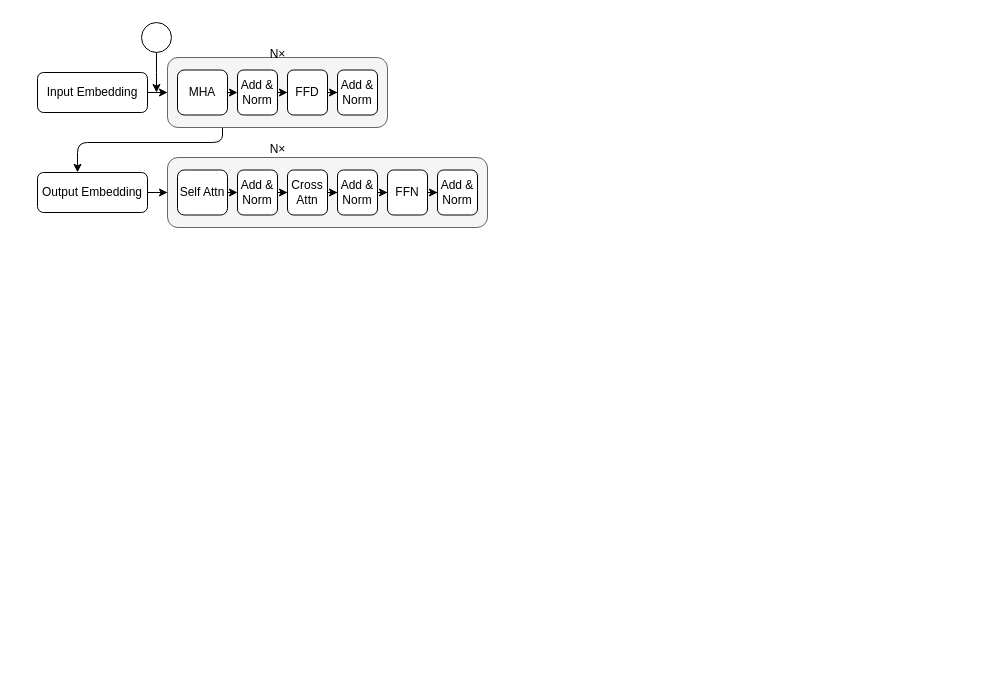
Before: graphs/Untitled Diagram.drawio in shaoxiongduan/AttentionBiasCalibration, a draw.io diagram. Source tidied: cells renumbered, new cells numbered last; positions are measured from the earlier drawing's top-left corner, leaving out a move shared by most shapes. Both pictures are drawn from the tidied source at 100%, with x=0, y=0 at pixel (37, 22).
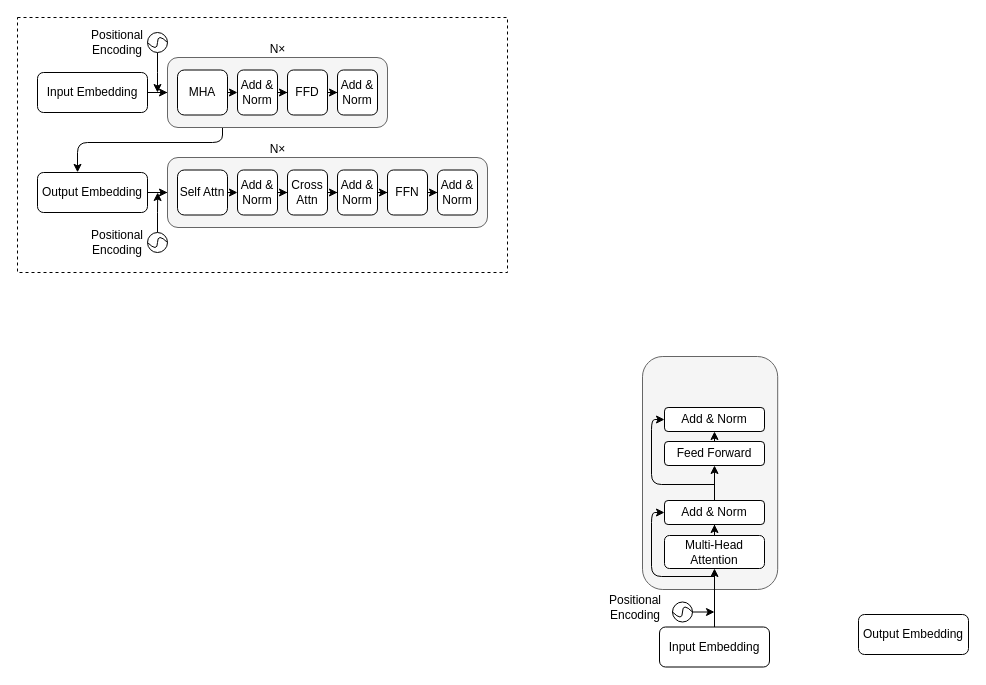
The same diagram, later.

What changed in the source:
```diff
@@
+    <mxCell id="31" style="rounded=1;whiteSpace=wrap;html=1;align=center;fillColor=#f5f5f5;fontColor=#333333;strokeColor=#666666;" parent="1" vertex="1">
+      <mxGeometry x="605" y="334" width="135.2" height="233" as="geometry" />
+    </mxCell>
+    <mxCell id="32" style="rounded=0;whiteSpace=wrap;html=1;dashed=1;glass=0;" parent="1" vertex="1">
+      <mxGeometry x="-20" y="-5" width="490" height="255" as="geometry" />
+    </mxCell>
@@
     <mxCell id="15" value="N×" style="text;html=1;align=center;verticalAlign=middle;strokeColor=none;fillColor=none;" parent="1" vertex="1">
-      <mxGeometry x="220" y="17" width="40" height="30" as="geometry" />
+      <mxGeometry x="220" y="12" width="40" height="30" as="geometry" />
     </mxCell>
@@
     <mxCell id="29" style="edgeStyle=orthogonalEdgeStyle;rounded=0;jettySize=auto;html=1;" parent="1" edge="1" source="30">
       <mxGeometry relative="1" as="geometry">
-        <mxPoint x="119" y="70" as="targetPoint" />
+        <mxPoint x="120" y="70" as="targetPoint" />
       </mxGeometry>
     </mxCell>
+    <mxCell id="33" style="group;" parent="1" vertex="1">
+      <mxGeometry x="110" y="10" width="20" height="20" as="geometry" />
+    </mxCell>
-    <mxCell id="30" style="ellipse;whiteSpace=wrap;html=1;" parent="1" vertex="1">
-      <mxGeometry x="104" width="30" height="30" as="geometry" />
+    <mxCell id="30" style="ellipse;whiteSpace=wrap;html=1;" parent="33" vertex="1">
+      <mxGeometry width="20" height="20" as="geometry" />
     </mxCell>
+    <mxCell id="34" style="curved=1;endArrow=none;html=1;rounded=0;exitX=0;exitY=0.5;exitDx=0;exitDy=0;entryX=1;entryY=0.5;entryDx=0;entryDy=0;endFill=0;" parent="33" edge="1" source="30" target="30">
+      <mxGeometry relative="1" as="geometry">
+        <Array as="points">
+          <mxPoint x="10" y="20" />
+          <mxPoint x="10" />
+        </Array>
+      </mxGeometry>
+    </mxCell>
+    <mxCell id="35" value="Positional Encoding" style="text;html=1;strokeColor=none;fillColor=none;align=center;verticalAlign=middle;whiteSpace=wrap;rounded=0;" parent="1" vertex="1">
+      <mxGeometry x="40" y="5" width="80" height="30" as="geometry" />
+    </mxCell>
+    <mxCell id="36" style="group;" parent="1" vertex="1">
+      <mxGeometry x="110" y="210" width="20" height="20" as="geometry" />
+    </mxCell>
+    <mxCell id="37" style="edgeStyle=orthogonalEdgeStyle;rounded=0;jettySize=auto;html=1;exitX=0.5;exitY=0;exitDx=0;exitDy=0;" parent="36" edge="1" source="38">
+      <mxGeometry relative="1" as="geometry">
+        <mxPoint x="10.2" y="-40" as="targetPoint" />
+      </mxGeometry>
+    </mxCell>
+    <mxCell id="38" style="ellipse;whiteSpace=wrap;html=1;" parent="36" vertex="1">
+      <mxGeometry width="20" height="20" as="geometry" />
+    </mxCell>
+    <mxCell id="39" style="curved=1;endArrow=none;html=1;rounded=0;exitX=0;exitY=0.5;exitDx=0;exitDy=0;entryX=1;entryY=0.5;entryDx=0;entryDy=0;endFill=0;" parent="36" edge="1" source="38" target="38">
+      <mxGeometry relative="1" as="geometry">
+        <Array as="points">
+          <mxPoint x="10" y="20" />
+          <mxPoint x="10" />
+        </Array>
+      </mxGeometry>
+    </mxCell>
+    <mxCell id="40" value="Positional Encoding" style="text;html=1;strokeColor=none;fillColor=none;align=center;verticalAlign=middle;whiteSpace=wrap;rounded=0;" parent="1" vertex="1">
+      <mxGeometry x="40" y="205" width="80" height="30" as="geometry" />
+    </mxCell>
+    <mxCell id="41" style="edgeStyle=orthogonalEdgeStyle;rounded=0;jettySize=auto;html=1;exitX=0.5;exitY=0;exitDx=0;exitDy=0;entryX=0.5;entryY=1;entryDx=0;entryDy=0;" parent="1" edge="1" source="42" target="51">
+      <mxGeometry relative="1" as="geometry" />
+    </mxCell>
+    <mxCell id="42" value="Input Embedding" style="rounded=1;whiteSpace=wrap;html=1;" parent="1" vertex="1">
+      <mxGeometry x="622" y="604.5" width="110" height="40" as="geometry" />
+    </mxCell>
+    <mxCell id="43" value="Output Embedding" style="rounded=1;whiteSpace=wrap;html=1;" parent="1" vertex="1">
+      <mxGeometry x="821" y="592" width="110" height="40" as="geometry" />
+    </mxCell>
+    <mxCell id="44" value="Positional Encoding" style="text;html=1;strokeColor=none;fillColor=none;align=center;verticalAlign=middle;whiteSpace=wrap;rounded=0;" parent="1" vertex="1">
+      <mxGeometry x="558" y="569.5" width="80" height="30" as="geometry" />
+    </mxCell>
+    <mxCell id="45" style="group;" parent="1" vertex="1">
+      <mxGeometry x="635" y="579.5" width="20" height="20" as="geometry" />
+    </mxCell>
+    <mxCell id="46" style="edgeStyle=orthogonalEdgeStyle;rounded=0;jettySize=auto;html=1;" parent="45" edge="1" source="47">
+      <mxGeometry relative="1" as="geometry">
+        <mxPoint x="42" y="10" as="targetPoint" />
+      </mxGeometry>
+    </mxCell>
+    <mxCell id="47" style="ellipse;whiteSpace=wrap;html=1;" parent="45" vertex="1">
+      <mxGeometry width="20" height="20" as="geometry" />
+    </mxCell>
+    <mxCell id="48" style="curved=1;endArrow=none;html=1;rounded=0;exitX=0;exitY=0.5;exitDx=0;exitDy=0;entryX=1;entryY=0.5;entryDx=0;entryDy=0;endFill=0;" parent="45" edge="1" source="47" target="47">
+      <mxGeometry relative="1" as="geometry">
+        <Array as="points">
+          <mxPoint x="10" y="20" />
+          <mxPoint x="10" />
+        </Array>
+      </mxGeometry>
+    </mxCell>
+    <mxCell id="49" style="edgeStyle=orthogonalEdgeStyle;rounded=0;jettySize=auto;html=1;entryX=0.5;entryY=1;entryDx=0;entryDy=0;" parent="1" edge="1" source="51" target="53">
+      <mxGeometry relative="1" as="geometry" />
+    </mxCell>
+    <mxCell id="50" style="edgeStyle=orthogonalEdgeStyle;rounded=1;jettySize=auto;html=1;entryX=0;entryY=0.5;entryDx=0;entryDy=0;" parent="1" edge="1" target="53">
+      <mxGeometry relative="1" as="geometry">
+        <mxPoint x="677" y="554" as="sourcePoint" />
+        <Array as="points">
+          <mxPoint x="614" y="554" />
+          <mxPoint x="614" y="490" />
+        </Array>
+      </mxGeometry>
+    </mxCell>
+    <mxCell id="51" value="Multi-Head Attention" style="rounded=1;whiteSpace=wrap;html=1;" parent="1" vertex="1">
+      <mxGeometry x="627" y="513" width="100" height="33" as="geometry" />
+    </mxCell>
+    <mxCell id="52" style="edgeStyle=orthogonalEdgeStyle;rounded=0;jettySize=auto;html=1;exitX=0.5;exitY=0;exitDx=0;exitDy=0;entryX=0.5;entryY=1;entryDx=0;entryDy=0;" parent="1" edge="1" source="53" target="56">
+      <mxGeometry relative="1" as="geometry" />
+    </mxCell>
+    <mxCell id="53" value="Add &amp;amp; Norm" style="rounded=1;whiteSpace=wrap;html=1;" parent="1" vertex="1">
+      <mxGeometry x="627" y="478" width="100" height="24" as="geometry" />
+    </mxCell>
+    <mxCell id="54" style="edgeStyle=orthogonalEdgeStyle;rounded=0;jettySize=auto;html=1;exitX=0.5;exitY=0;exitDx=0;exitDy=0;entryX=0.5;entryY=1;entryDx=0;entryDy=0;" parent="1" edge="1" source="56" target="57">
+      <mxGeometry relative="1" as="geometry" />
+    </mxCell>
+    <mxCell id="55" style="edgeStyle=orthogonalEdgeStyle;rounded=1;jettySize=auto;html=1;entryX=0;entryY=0.5;entryDx=0;entryDy=0;" parent="1" edge="1" target="57">
+      <mxGeometry relative="1" as="geometry">
+        <mxPoint x="677" y="462" as="sourcePoint" />
+        <Array as="points">
+          <mxPoint x="614" y="462" />
+          <mxPoint x="614" y="397" />
+        </Array>
+      </mxGeometry>
+    </mxCell>
+    <mxCell id="56" value="Feed Forward" style="rounded=1;whiteSpace=wrap;html=1;" parent="1" vertex="1">
+      <mxGeometry x="627" y="419" width="100" height="24" as="geometry" />
+    </mxCell>
+    <mxCell id="57" value="Add &amp;amp; Norm" style="rounded=1;whiteSpace=wrap;html=1;" parent="1" vertex="1">
+      <mxGeometry x="627" y="385" width="100" height="24" as="geometry" />
+    </mxCell>
```
